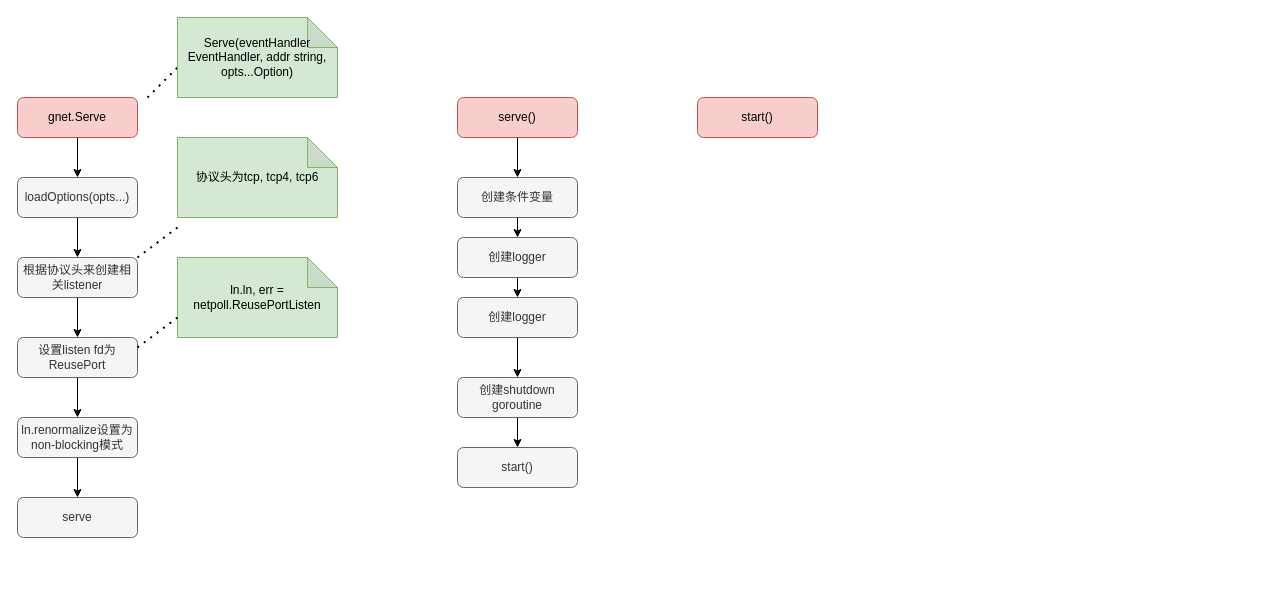
Before: gnet.drawio in BruceChen7/gnet, a draw.io diagram. Source tidied: cells renumbered, new cells numbered last; positions are measured from the earlier drawing's top-left corner, leaving out a move shared by most shapes. Both pictures are drawn from the tidied source at 100%, with x=0, y=0 at pixel (17, 17).
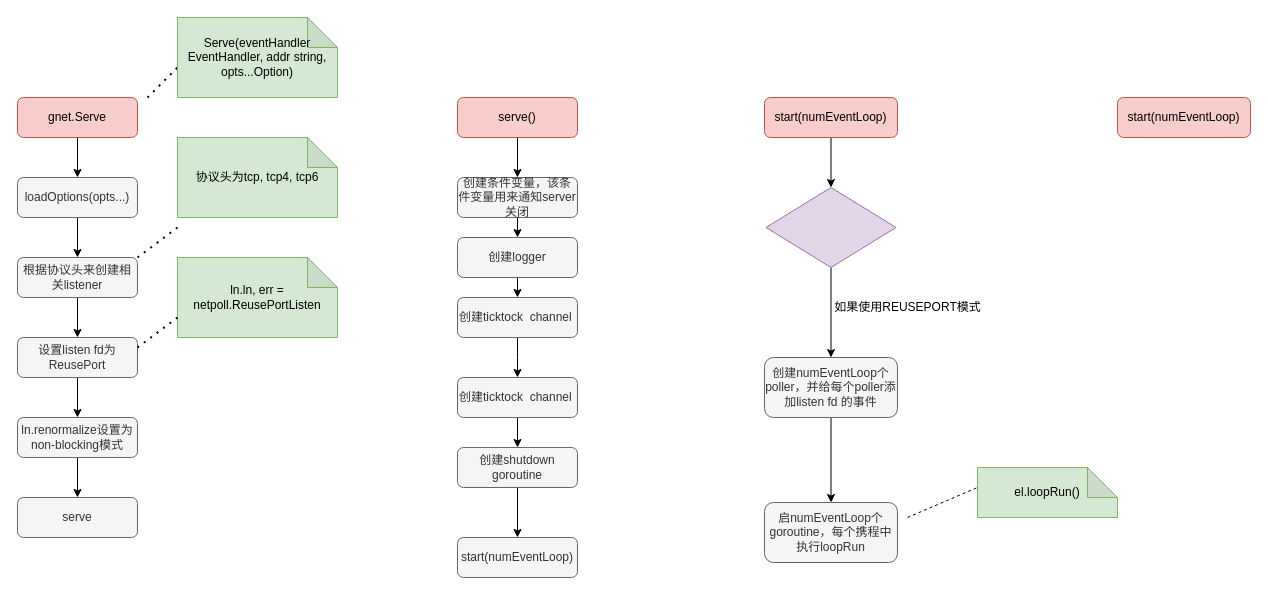
The same page after the edit.

What changed in the source:
```diff
@@
-    <mxCell id="22" value="创建条件变量" style="rounded=1;whiteSpace=wrap;html=1;fillColor=#f5f5f5;strokeColor=#666666;fontColor=#333333;" parent="1" vertex="1">
+    <mxCell id="22" value="创建条件变量，该条件变量用来通知server关闭" style="rounded=1;whiteSpace=wrap;html=1;fillColor=#f5f5f5;strokeColor=#666666;fontColor=#333333;" parent="1" vertex="1">
       <mxGeometry x="440" y="160" width="120" height="40" as="geometry" />
     </mxCell>
-    <mxCell id="23" style="edgeStyle=orthogonalEdgeStyle;rounded=0;jettySize=auto;html=1;exitX=0.5;exitY=1;exitDx=0;exitDy=0;" parent="1" edge="1" source="24" target="26">
-      <mxGeometry relative="1" as="geometry" />
+    <mxCell id="23" style="edgeStyle=orthogonalEdgeStyle;rounded=0;jettySize=auto;html=1;exitX=0.5;exitY=1;exitDx=0;exitDy=0;" parent="1" edge="1" source="24">
+      <mxGeometry relative="1" as="geometry">
+        <mxPoint x="500" y="360" as="targetPoint" />
+      </mxGeometry>
     </mxCell>
-    <mxCell id="24" value="创建logger" style="rounded=1;whiteSpace=wrap;html=1;fillColor=#f5f5f5;strokeColor=#666666;fontColor=#333333;" parent="1" vertex="1">
+    <mxCell id="24" value="创建ticktock&amp;nbsp; channel&amp;nbsp;" style="rounded=1;whiteSpace=wrap;html=1;fillColor=#f5f5f5;strokeColor=#666666;fontColor=#333333;" parent="1" vertex="1">
       <mxGeometry x="440" y="280" width="120" height="40" as="geometry" />
     </mxCell>
@@
     <mxCell id="26" value="创建shutdown goroutine" style="rounded=1;whiteSpace=wrap;html=1;fillColor=#f5f5f5;strokeColor=#666666;fontColor=#333333;" parent="1" vertex="1">
-      <mxGeometry x="440" y="360" width="120" height="40" as="geometry" />
+      <mxGeometry x="440" y="430" width="120" height="40" as="geometry" />
     </mxCell>
-    <mxCell id="27" value="start()" style="rounded=1;whiteSpace=wrap;html=1;fillColor=#f5f5f5;strokeColor=#666666;fontColor=#333333;" parent="1" vertex="1">
-      <mxGeometry x="440" y="430" width="120" height="40" as="geometry" />
+    <mxCell id="27" value="start(numEventLoop)" style="rounded=1;whiteSpace=wrap;html=1;fillColor=#f5f5f5;strokeColor=#666666;fontColor=#333333;" parent="1" vertex="1">
+      <mxGeometry x="440" y="520" width="120" height="40" as="geometry" />
     </mxCell>
+    <mxCell id="31" style="edgeStyle=orthogonalEdgeStyle;rounded=0;jettySize=auto;html=1;exitX=0.5;exitY=1;exitDx=0;exitDy=0;" parent="1" edge="1" source="28" target="35">
+      <mxGeometry relative="1" as="geometry" />
+    </mxCell>
-    <mxCell id="28" value="start()" style="rounded=1;whiteSpace=wrap;html=1;fillColor=#f8cecc;strokeColor=#b85450;" parent="1" vertex="1">
-      <mxGeometry x="680" y="80" width="120" height="40" as="geometry" />
+    <mxCell id="28" value="start(numEventLoop)" style="rounded=1;whiteSpace=wrap;html=1;fillColor=#f8cecc;strokeColor=#b85450;" parent="1" vertex="1">
+      <mxGeometry x="747" y="80" width="133" height="40" as="geometry" />
     </mxCell>
@@
+    <mxCell id="32" style="edgeStyle=orthogonalEdgeStyle;rounded=0;jettySize=auto;html=1;exitX=0.5;exitY=1;exitDx=0;exitDy=0;entryX=0.5;entryY=0;entryDx=0;entryDy=0;" parent="1" edge="1" source="33" target="26">
+      <mxGeometry relative="1" as="geometry" />
+    </mxCell>
+    <mxCell id="33" value="创建ticktock&amp;nbsp; channel&amp;nbsp;" style="rounded=1;whiteSpace=wrap;html=1;fillColor=#f5f5f5;strokeColor=#666666;fontColor=#333333;" parent="1" vertex="1">
+      <mxGeometry x="440" y="360" width="120" height="40" as="geometry" />
+    </mxCell>
+    <mxCell id="34" style="edgeStyle=orthogonalEdgeStyle;rounded=0;jettySize=auto;html=1;exitX=0.5;exitY=1;exitDx=0;exitDy=0;entryX=0.5;entryY=0;entryDx=0;entryDy=0;" parent="1" edge="1" source="35" target="38">
+      <mxGeometry relative="1" as="geometry" />
+    </mxCell>
+    <mxCell id="35" style="rhombus;whiteSpace=wrap;html=1;fillColor=#e1d5e7;strokeColor=#9673a6;" parent="1" vertex="1">
+      <mxGeometry x="748.5" y="170" width="130" height="80" as="geometry" />
+    </mxCell>
+    <mxCell id="36" value="如果使用REUSEPORT模式" style="text;html=1;align=center;verticalAlign=middle;" parent="1" vertex="1">
+      <mxGeometry x="810" y="280" width="160" height="20" as="geometry" />
+    </mxCell>
+    <mxCell id="37" style="edgeStyle=orthogonalEdgeStyle;rounded=0;jettySize=auto;html=1;exitX=0.5;exitY=1;exitDx=0;exitDy=0;entryX=0.5;entryY=0;entryDx=0;entryDy=0;" parent="1" edge="1" source="38" target="39">
+      <mxGeometry relative="1" as="geometry" />
+    </mxCell>
+    <mxCell id="38" value="创建numEventLoop个poller，并给每个poller添加listen fd 的事件" style="rounded=1;whiteSpace=wrap;html=1;fillColor=#f5f5f5;strokeColor=#666666;fontColor=#333333;" parent="1" vertex="1">
+      <mxGeometry x="747" y="340" width="133" height="60" as="geometry" />
+    </mxCell>
+    <mxCell id="39" value="启numEventLoop个goroutine，每个携程中执行loopRun" style="rounded=1;whiteSpace=wrap;html=1;fillColor=#f5f5f5;strokeColor=#666666;fontColor=#333333;" parent="1" vertex="1">
+      <mxGeometry x="747" y="485" width="133" height="60" as="geometry" />
+    </mxCell>
+    <mxCell id="40" value="el.loopRun()" style="shape=note;whiteSpace=wrap;html=1;backgroundOutline=1;darkOpacity=0.05;fillColor=#d5e8d4;strokeColor=#82b366;" parent="1" vertex="1">
+      <mxGeometry x="960" y="450" width="140" height="50" as="geometry" />
+    </mxCell>
+    <mxCell id="41" style="endArrow=none;html=1;dashed=1;" parent="1" edge="1">
+      <mxGeometry relative="1" as="geometry">
+        <mxPoint x="890" y="500" as="sourcePoint" />
+        <mxPoint x="960" y="470" as="targetPoint" />
+      </mxGeometry>
+    </mxCell>
+    <mxCell id="42" value="start(numEventLoop)" style="rounded=1;whiteSpace=wrap;html=1;fillColor=#f8cecc;strokeColor=#b85450;" parent="1" vertex="1">
+      <mxGeometry x="1100" y="80" width="133" height="40" as="geometry" />
+    </mxCell>
```
